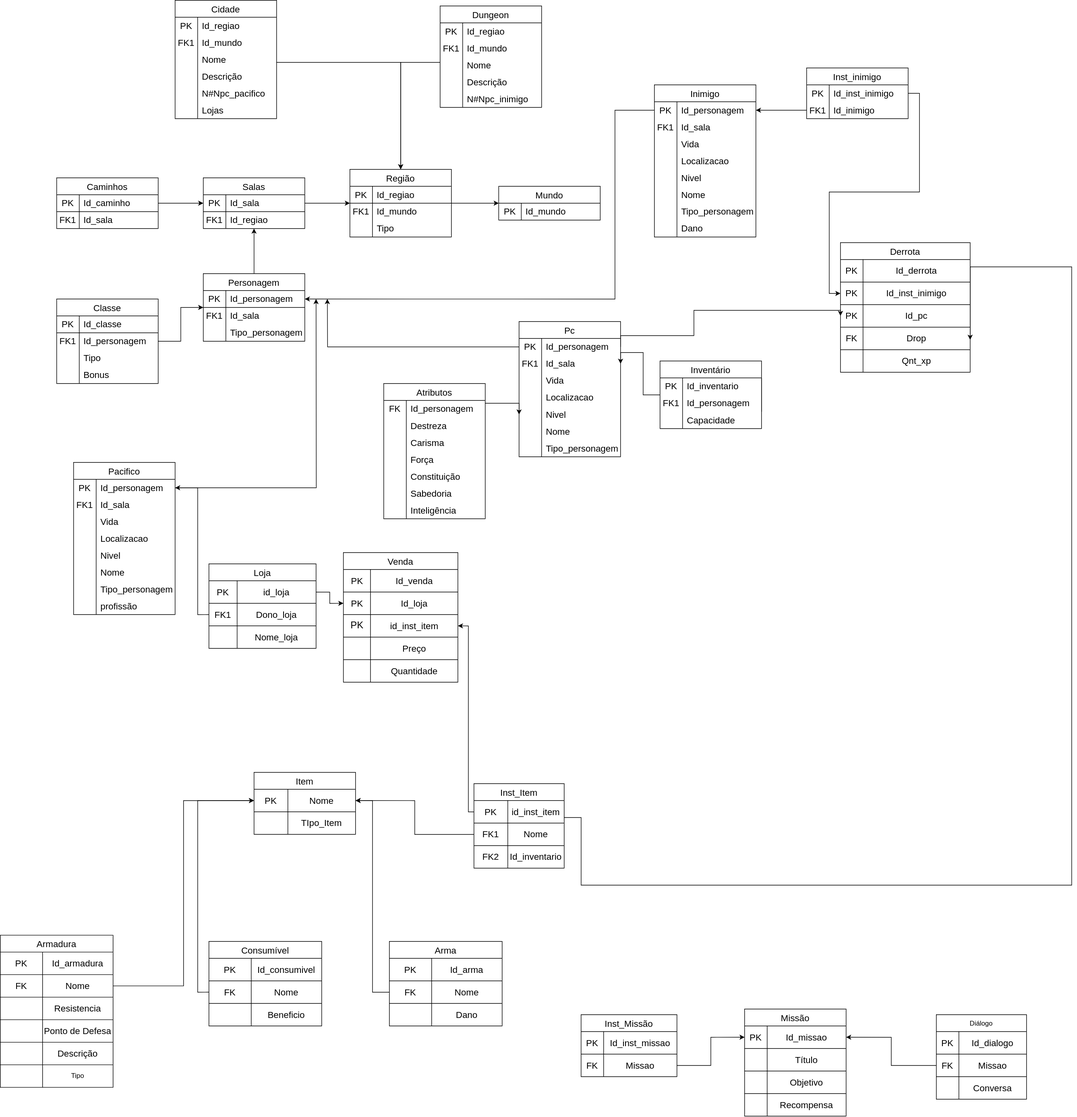
Before: docs/modulo_01/MER.drawio.svg, a diagram exported from draw.io (SBD1/2024.2-D-D-classico). Source tidied: cells renumbered, new cells last; positions are measured from the earlier drawing's top-left corner, leaving out a move shared by most shapes.
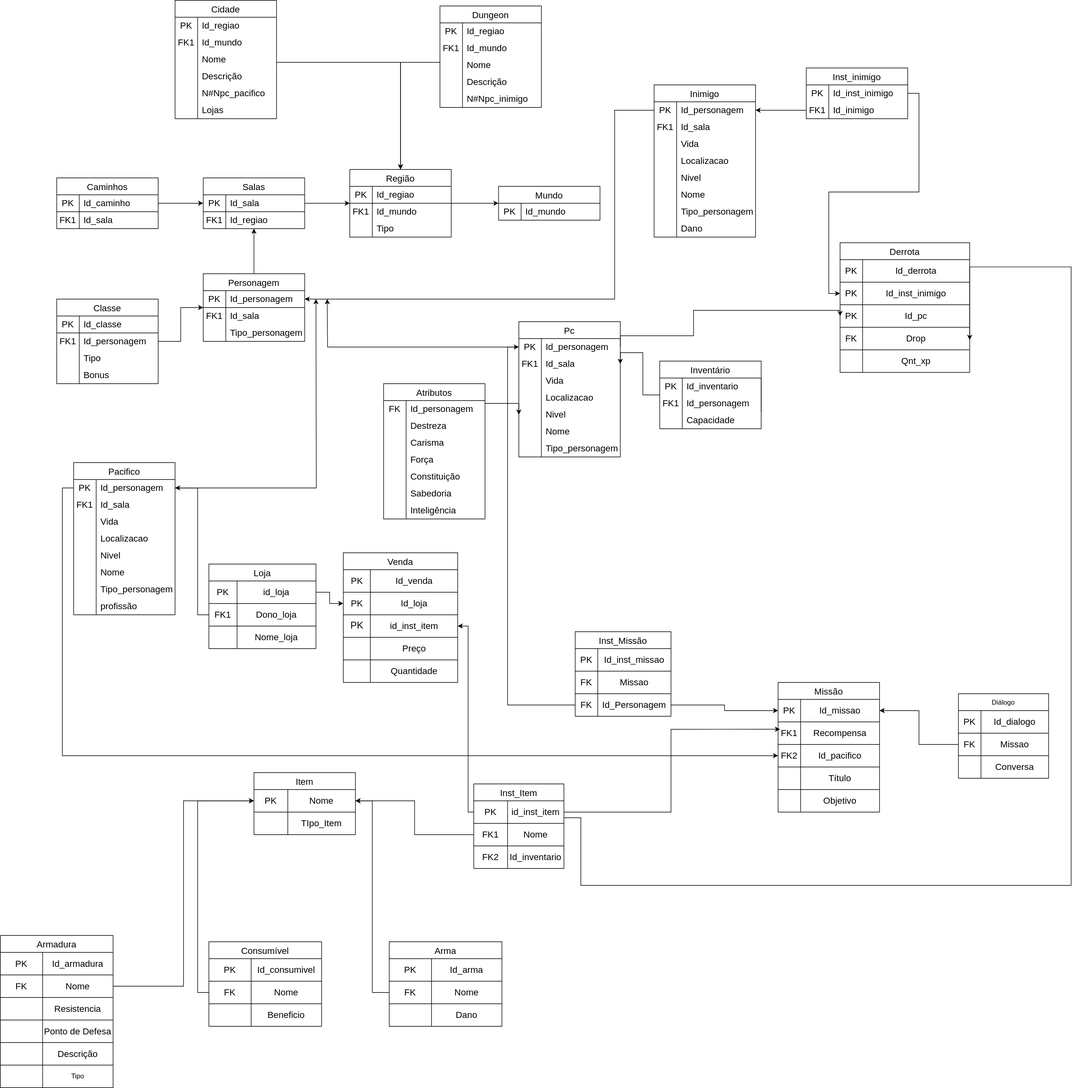
The same file after the commit.

What changed in the source:
```diff
@@ -912,7 +912,7 @@
       </mxGeometry>
     </mxCell>
     <mxCell id="290" value="Missão" style="shape=table;startSize=30;fontSize=16;" parent="1" vertex="1">
-      <mxGeometry x="1320" y="1790" width="180" height="190" as="geometry" />
+      <mxGeometry x="1380" y="1210" width="180" height="230" as="geometry" />
     </mxCell>
     <mxCell id="291" style="shape=tableRow;horizontal=0;startSize=0;swimlaneHead=0;swimlaneBody=0;strokeColor=inherit;top=0;left=0;bottom=0;right=0;fillColor=none;points=[[0,0.5],[1,0.5]];portConstraint=eastwest;" parent="290" vertex="1">
       <mxGeometry y="30" width="180" height="40" as="geometry" />
@@ -926,19 +926,19 @@
     <mxCell id="294" style="shape=tableRow;horizontal=0;startSize=0;swimlaneHead=0;swimlaneBody=0;strokeColor=inherit;top=0;left=0;bottom=0;right=0;fillColor=none;points=[[0,0.5],[1,0.5]];portConstraint=eastwest;" parent="290" vertex="1">
       <mxGeometry y="70" width="180" height="40" as="geometry" />
     </mxCell>
-    <mxCell id="295" style="shape=partialRectangle;html=1;whiteSpace=wrap;strokeColor=inherit;overflow=hidden;fillColor=none;top=0;left=0;bottom=0;right=0;" parent="294" vertex="1">
+    <mxCell id="295" value="&lt;font style=&quot;font-size: 16px;&quot;&gt;FK1&lt;/font&gt;" style="shape=partialRectangle;html=1;whiteSpace=wrap;strokeColor=inherit;overflow=hidden;fillColor=none;top=0;left=0;bottom=0;right=0;" parent="294" vertex="1">
       <mxGeometry width="40" height="40" as="geometry" />
     </mxCell>
-    <mxCell id="296" value="&lt;font style=&quot;font-size: 16px;&quot;&gt;Título&lt;/font&gt;" style="shape=partialRectangle;html=1;whiteSpace=wrap;strokeColor=inherit;overflow=hidden;fillColor=none;top=0;left=0;bottom=0;right=0;" parent="294" vertex="1">
+    <mxCell id="296" value="&lt;font style=&quot;font-size: 16px;&quot;&gt;Recompensa&lt;br&gt;&lt;/font&gt;" style="shape=partialRectangle;html=1;whiteSpace=wrap;strokeColor=inherit;overflow=hidden;fillColor=none;top=0;left=0;bottom=0;right=0;" parent="294" vertex="1">
       <mxGeometry x="40" width="140" height="40" as="geometry" />
     </mxCell>
     <mxCell id="297" style="shape=tableRow;horizontal=0;startSize=0;swimlaneHead=0;swimlaneBody=0;strokeColor=inherit;top=0;left=0;bottom=0;right=0;fillColor=none;points=[[0,0.5],[1,0.5]];portConstraint=eastwest;" parent="290" vertex="1">
       <mxGeometry y="110" width="180" height="40" as="geometry" />
     </mxCell>
-    <mxCell id="298" style="shape=partialRectangle;html=1;whiteSpace=wrap;strokeColor=inherit;overflow=hidden;fillColor=none;top=0;left=0;bottom=0;right=0;" parent="297" vertex="1">
+    <mxCell id="298" value="&lt;font style=&quot;font-size: 16px;&quot;&gt;FK2&lt;/font&gt;" style="shape=partialRectangle;html=1;whiteSpace=wrap;strokeColor=inherit;overflow=hidden;fillColor=none;top=0;left=0;bottom=0;right=0;" parent="297" vertex="1">
       <mxGeometry width="40" height="40" as="geometry" />
     </mxCell>
-    <mxCell id="299" value="&lt;font style=&quot;font-size: 16px;&quot;&gt;Objetivo&lt;/font&gt;" style="shape=partialRectangle;html=1;whiteSpace=wrap;strokeColor=inherit;overflow=hidden;fillColor=none;top=0;left=0;bottom=0;right=0;" parent="297" vertex="1">
+    <mxCell id="299" value="&lt;font style=&quot;font-size: 16px;&quot;&gt;Id_pacifico&lt;/font&gt;" style="shape=partialRectangle;html=1;whiteSpace=wrap;strokeColor=inherit;overflow=hidden;fillColor=none;top=0;left=0;bottom=0;right=0;" parent="297" vertex="1">
       <mxGeometry x="40" width="140" height="40" as="geometry" />
     </mxCell>
     <mxCell id="300" style="shape=tableRow;horizontal=0;startSize=0;swimlaneHead=0;swimlaneBody=0;strokeColor=inherit;top=0;left=0;bottom=0;right=0;fillColor=none;" parent="290" vertex="1">
@@ -947,9 +947,18 @@
     <mxCell id="301" style="shape=partialRectangle;html=1;whiteSpace=wrap;strokeColor=inherit;overflow=hidden;fillColor=none;top=0;left=0;bottom=0;right=0;" parent="300" vertex="1">
       <mxGeometry width="40" height="40" as="geometry" />
     </mxCell>
-    <mxCell id="302" value="&lt;font style=&quot;font-size: 16px;&quot;&gt;Recompensa&lt;/font&gt;" style="shape=partialRectangle;html=1;whiteSpace=wrap;strokeColor=inherit;overflow=hidden;fillColor=none;top=0;left=0;bottom=0;right=0;" parent="300" vertex="1">
+    <mxCell id="302" value="&lt;font style=&quot;font-size: 16px;&quot;&gt;Título&lt;br&gt;&lt;/font&gt;" style="shape=partialRectangle;html=1;whiteSpace=wrap;strokeColor=inherit;overflow=hidden;fillColor=none;top=0;left=0;bottom=0;right=0;" parent="300" vertex="1">
       <mxGeometry x="40" width="140" height="40" as="geometry" />
     </mxCell>
+    <mxCell id="359" style="shape=tableRow;horizontal=0;startSize=0;swimlaneHead=0;swimlaneBody=0;strokeColor=inherit;top=0;left=0;bottom=0;right=0;fillColor=none;" parent="290" vertex="1">
+      <mxGeometry y="190" width="180" height="40" as="geometry" />
+    </mxCell>
+    <mxCell id="360" style="shape=partialRectangle;html=1;whiteSpace=wrap;strokeColor=inherit;overflow=hidden;fillColor=none;top=0;left=0;bottom=0;right=0;" parent="359" vertex="1">
+      <mxGeometry width="40" height="40" as="geometry" />
+    </mxCell>
+    <mxCell id="361" value="&lt;font style=&quot;font-size: 16px;&quot;&gt;Objetivo&lt;/font&gt;" style="shape=partialRectangle;html=1;whiteSpace=wrap;strokeColor=inherit;overflow=hidden;fillColor=none;top=0;left=0;bottom=0;right=0;" parent="359" vertex="1">
+      <mxGeometry x="40" width="140" height="40" as="geometry" />
+    </mxCell>
     <mxCell id="303" value="Cidade" style="shape=table;startSize=30;rowLines=0;fontStyle=0;strokeColor=default;fontSize=16;" parent="1" vertex="1">
       <mxGeometry x="310" width="180" height="210" as="geometry" />
     </mxCell>
@@ -1008,7 +1017,7 @@
       <mxGeometry x="40" width="140" height="30" as="geometry" />
     </mxCell>
     <mxCell id="322" value="Inst_Missão" style="shape=table;startSize=30;fontSize=16;" parent="1" vertex="1">
-      <mxGeometry x="1030" y="1800" width="170" height="110" as="geometry" />
+      <mxGeometry x="1020" y="1120" width="170" height="150" as="geometry" />
     </mxCell>
     <mxCell id="323" style="shape=tableRow;horizontal=0;startSize=0;swimlaneHead=0;swimlaneBody=0;strokeColor=inherit;top=0;left=0;bottom=0;right=0;fillColor=none;" parent="322" vertex="1">
       <mxGeometry y="30" width="170" height="40" as="geometry" />
@@ -1019,13 +1028,22 @@
     <mxCell id="325" value="&lt;font style=&quot;font-size: 16px;&quot;&gt;Id_inst_missao&lt;/font&gt;" style="shape=partialRectangle;html=1;whiteSpace=wrap;strokeColor=inherit;overflow=hidden;fillColor=none;top=0;left=0;bottom=0;right=0;" parent="323" vertex="1">
       <mxGeometry x="40" width="130" height="40" as="geometry" />
     </mxCell>
+    <mxCell id="362" style="shape=tableRow;horizontal=0;startSize=0;swimlaneHead=0;swimlaneBody=0;strokeColor=inherit;top=0;left=0;bottom=0;right=0;fillColor=none;" parent="322" vertex="1">
+      <mxGeometry y="70" width="170" height="40" as="geometry" />
+    </mxCell>
+    <mxCell id="363" value="&lt;font style=&quot;font-size: 16px;&quot;&gt;FK&lt;br&gt;&lt;/font&gt;" style="shape=partialRectangle;html=1;whiteSpace=wrap;strokeColor=inherit;overflow=hidden;fillColor=none;top=0;left=0;bottom=0;right=0;" parent="362" vertex="1">
+      <mxGeometry width="40" height="40" as="geometry" />
+    </mxCell>
+    <mxCell id="364" value="&lt;font style=&quot;font-size: 16px;&quot;&gt;Missao&lt;br&gt;&lt;/font&gt;" style="shape=partialRectangle;html=1;whiteSpace=wrap;strokeColor=inherit;overflow=hidden;fillColor=none;top=0;left=0;bottom=0;right=0;" parent="362" vertex="1">
+      <mxGeometry x="40" width="130" height="40" as="geometry" />
+    </mxCell>
     <mxCell id="326" style="shape=tableRow;horizontal=0;startSize=0;swimlaneHead=0;swimlaneBody=0;strokeColor=inherit;top=0;left=0;bottom=0;right=0;fillColor=none;points=[[0,0.5],[1,0.5]];portConstraint=eastwest;" parent="322" vertex="1">
-      <mxGeometry y="70" width="170" height="40" as="geometry" />
+      <mxGeometry y="110" width="170" height="40" as="geometry" />
     </mxCell>
     <mxCell id="327" value="&lt;font style=&quot;font-size: 16px;&quot;&gt;FK&lt;br&gt;&lt;/font&gt;" style="shape=partialRectangle;html=1;whiteSpace=wrap;strokeColor=inherit;overflow=hidden;fillColor=none;top=0;left=0;bottom=0;right=0;" parent="326" vertex="1">
       <mxGeometry width="40" height="40" as="geometry" />
     </mxCell>
-    <mxCell id="328" value="&lt;font style=&quot;font-size: 16px;&quot;&gt;Missao&lt;br&gt;&lt;/font&gt;" style="shape=partialRectangle;html=1;whiteSpace=wrap;strokeColor=inherit;overflow=hidden;fillColor=none;top=0;left=0;bottom=0;right=0;" parent="326" vertex="1">
+    <mxCell id="328" value="&lt;font style=&quot;font-size: 16px;&quot;&gt;Id_Personagem&lt;br&gt;&lt;/font&gt;" style="shape=partialRectangle;html=1;whiteSpace=wrap;strokeColor=inherit;overflow=hidden;fillColor=none;top=0;left=0;bottom=0;right=0;" parent="326" vertex="1">
       <mxGeometry x="40" width="130" height="40" as="geometry" />
     </mxCell>
     <mxCell id="329" style="edgeStyle=orthogonalEdgeStyle;rounded=0;jettySize=auto;html=1;entryX=1;entryY=0.5;entryDx=0;entryDy=0;" parent="1" edge="1" source="97" target="113">
@@ -1088,7 +1106,7 @@
       <mxGeometry x="40" width="140" height="30" as="geometry" />
     </mxCell>
     <mxCell id="347" value="Diálogo" style="shape=table;startSize=30;" parent="1" vertex="1">
-      <mxGeometry x="1660" y="1800" width="160" height="150" as="geometry" />
+      <mxGeometry x="1700" y="1230" width="160" height="150" as="geometry" />
     </mxCell>
     <mxCell id="348" style="shape=tableRow;horizontal=0;startSize=0;swimlaneHead=0;swimlaneBody=0;strokeColor=inherit;top=0;left=0;bottom=0;right=0;fillColor=none;" parent="347" vertex="1">
       <mxGeometry y="30" width="160" height="40" as="geometry" />
@@ -1123,5 +1141,14 @@
     <mxCell id="358" style="edgeStyle=orthogonalEdgeStyle;rounded=0;jettySize=auto;html=1;entryX=1;entryY=0.5;entryDx=0;entryDy=0;" parent="1" edge="1" source="351" target="291">
       <mxGeometry relative="1" as="geometry" />
     </mxCell>
+    <mxCell id="365" style="edgeStyle=orthogonalEdgeStyle;rounded=0;jettySize=auto;html=1;entryX=0;entryY=0.5;entryDx=0;entryDy=0;" parent="1" edge="1" source="326" target="193">
+      <mxGeometry relative="1" as="geometry" />
+    </mxCell>
+    <mxCell id="366" style="edgeStyle=orthogonalEdgeStyle;rounded=0;jettySize=auto;html=1;entryX=0.019;entryY=0.328;entryDx=0;entryDy=0;entryPerimeter=0;" parent="1" edge="1" source="97" target="294">
+      <mxGeometry relative="1" as="geometry" />
+    </mxCell>
+    <mxCell id="367" style="edgeStyle=orthogonalEdgeStyle;rounded=0;jettySize=auto;html=1;exitX=0;exitY=0.5;exitDx=0;exitDy=0;entryX=0;entryY=0.5;entryDx=0;entryDy=0;" parent="1" edge="1" source="238" target="297">
+      <mxGeometry relative="1" as="geometry" />
+    </mxCell>
   </root>
 </mxGraphModel>
```
